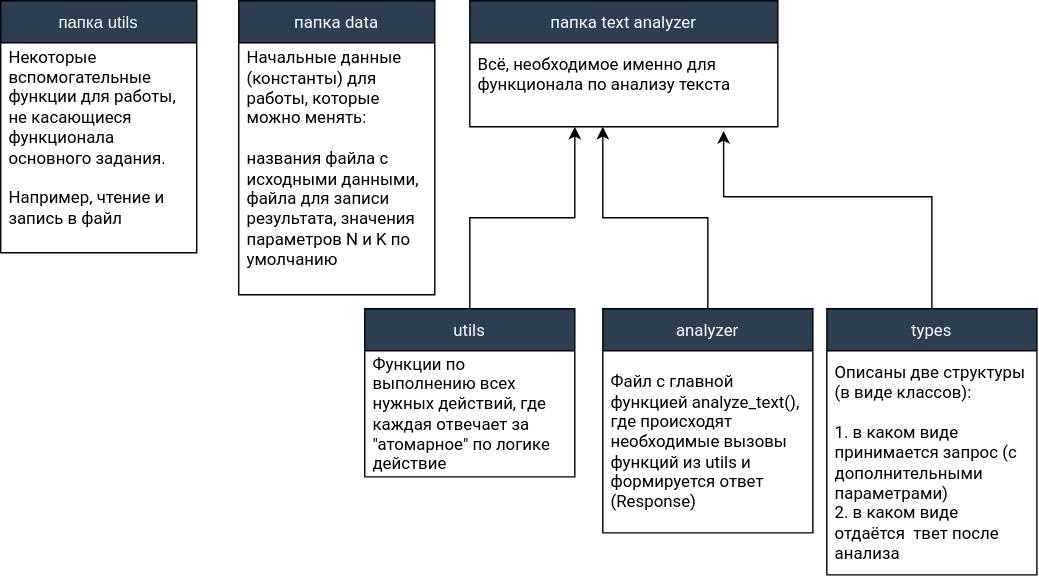
Earlier version of the draw.io export 4 semester/LR1 2022.02.15/structure.svg (user-of-github/BSUIR_Labs_Programming-tools). Source tidied: cells renumbered, new cells last; positions are measured from the earlier drawing's top-left corner, leaving out a move shared by most shapes.
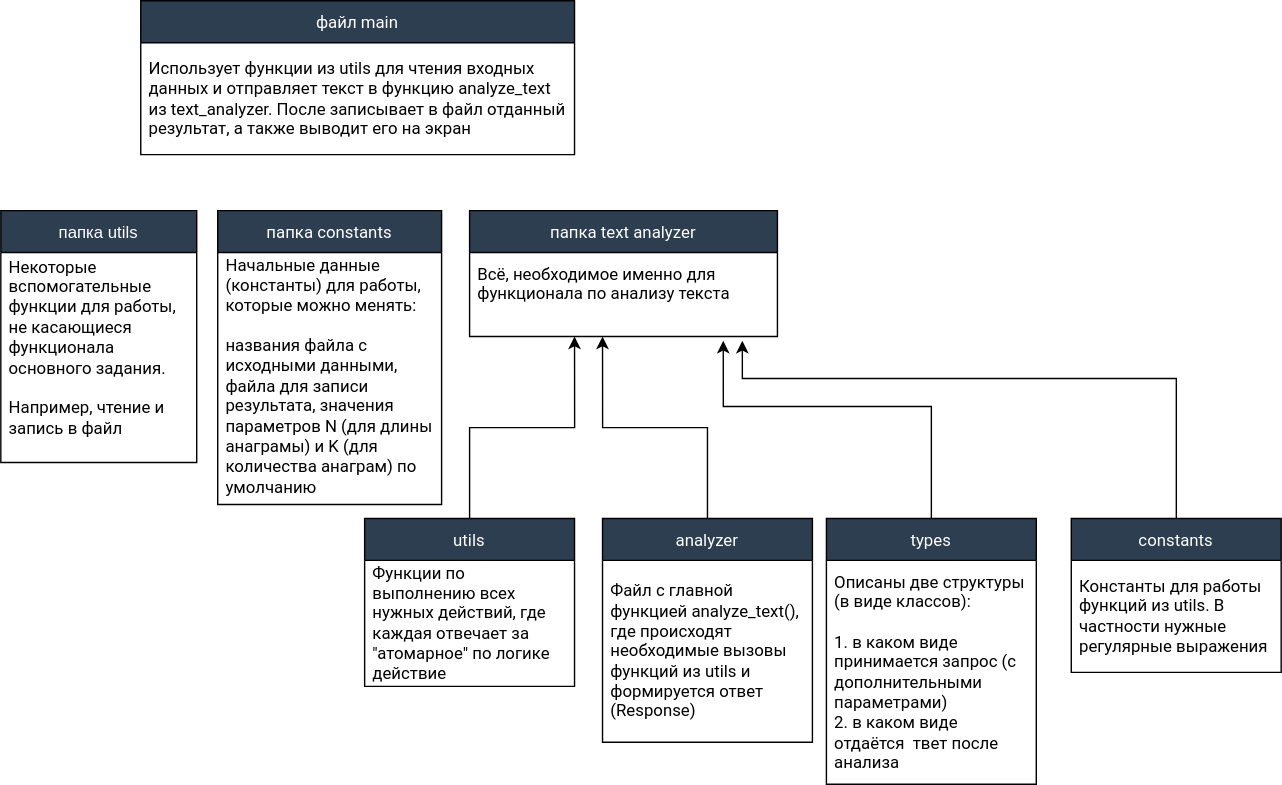
The same file after the commit.

What changed in the source:
```diff
@@ -8,11 +8,11 @@
     <mxCell id="3" value="Некоторые вспомогательные функции для работы, не касающиеся функционала основного задания.&#10;&#10; Например, чтение и запись в файл&#10;" style="text;strokeColor=none;fillColor=none;align=left;verticalAlign=middle;spacingLeft=4;spacingRight=4;overflow=hidden;whiteSpace=wrap;fontFamily=Roboto;" parent="2" vertex="1">
       <mxGeometry y="30" width="140" height="150" as="geometry" />
     </mxCell>
-    <mxCell id="4" value="папка data" style="swimlane;fontStyle=0;horizontal=1;startSize=30;fillColor=#2C3E50;fontColor=#FFFFFF;fontFamily=Roboto;" parent="1" vertex="1">
-      <mxGeometry x="170" width="140" height="210" as="geometry" />
+    <mxCell id="4" value="папка constants" style="swimlane;fontStyle=0;horizontal=1;startSize=30;fillColor=#2C3E50;fontColor=#FFFFFF;fontFamily=Roboto;" parent="1" vertex="1">
+      <mxGeometry x="155" width="160" height="210" as="geometry" />
     </mxCell>
-    <mxCell id="5" value="Начальные данные (константы) для работы, которые можно менять:&#10;&#10;названия файла с исходными данными, файла для записи результата, значения параметров N и K по умолчанию&#10;" style="text;strokeColor=none;fillColor=none;align=left;verticalAlign=middle;spacingLeft=4;spacingRight=4;overflow=hidden;whiteSpace=wrap;fontFamily=Roboto;" parent="4" vertex="1">
-      <mxGeometry y="30" width="140" height="180" as="geometry" />
+    <mxCell id="5" value="Начальные данные (константы) для работы, которые можно менять:&#10;&#10;названия файла с исходными данными, файла для записи результата, значения параметров N (для длины анаграмы) и K (для количества анаграм) по умолчанию&#10;" style="text;strokeColor=none;fillColor=none;align=left;verticalAlign=middle;spacingLeft=4;spacingRight=4;overflow=hidden;whiteSpace=wrap;fontFamily=Roboto;" parent="4" vertex="1">
+      <mxGeometry y="30" width="160" height="180" as="geometry" />
     </mxCell>
     <mxCell id="6" value="папка text analyzer" style="swimlane;fontStyle=0;horizontal=1;startSize=30;fillColor=#2C3E50;fontColor=#FFFFFF;fontFamily=Roboto;" parent="1" vertex="1">
       <mxGeometry x="335" width="220" height="90" as="geometry" />
@@ -56,5 +56,25 @@
     <mxCell id="16" value="Описаны две структуры (в виде классов):&#10;&#10; 1. в каком виде принимается запрос (с дополнительными параметрами) &#10;2. в каком виде отдаётся  твет после анализа" style="text;strokeColor=none;fillColor=none;align=left;verticalAlign=middle;spacingLeft=4;spacingRight=4;overflow=hidden;whiteSpace=wrap;fontFamily=Roboto;" parent="15" vertex="1">
       <mxGeometry y="30" width="150" height="160" as="geometry" />
     </mxCell>
+    <mxCell id="17" style="edgeStyle=orthogonalEdgeStyle;rounded=0;jettySize=auto;html=1;entryX=0.886;entryY=1.05;entryDx=0;entryDy=0;entryPerimeter=0;" parent="1" edge="1" source="18" target="7">
+      <mxGeometry relative="1" as="geometry">
+        <Array as="points">
+          <mxPoint x="840" y="120" />
+          <mxPoint x="530" y="120" />
+        </Array>
+      </mxGeometry>
+    </mxCell>
+    <mxCell id="18" value="constants" style="swimlane;fontStyle=0;horizontal=1;startSize=30;fillColor=#2C3E50;fontColor=#FFFFFF;fontFamily=Roboto;" parent="1" vertex="1">
+      <mxGeometry x="765" y="220" width="150" height="110" as="geometry" />
+    </mxCell>
+    <mxCell id="19" value="Константы для работы функций из utils. В частности нужные регулярные выражения" style="text;strokeColor=none;fillColor=none;align=left;verticalAlign=middle;spacingLeft=4;spacingRight=4;overflow=hidden;whiteSpace=wrap;fontFamily=Roboto;" parent="18" vertex="1">
+      <mxGeometry y="30" width="150" height="80" as="geometry" />
+    </mxCell>
+    <mxCell id="20" value="файл main" style="swimlane;fontStyle=0;horizontal=1;startSize=30;fillColor=#2C3E50;fontColor=#FFFFFF;fontFamily=Roboto;" parent="1" vertex="1">
+      <mxGeometry x="100" y="-150" width="310" height="110" as="geometry" />
+    </mxCell>
+    <mxCell id="21" value="Использует функции из utils для чтения входных данных и отправляет текст в функцию analyze_text из text_analyzer. После записывает в файл отданный результат, а также выводит его на экран" style="text;strokeColor=none;fillColor=none;align=left;verticalAlign=middle;spacingLeft=4;spacingRight=4;overflow=hidden;whiteSpace=wrap;fontFamily=Roboto;" parent="20" vertex="1">
+      <mxGeometry y="30" width="310" height="80" as="geometry" />
+    </mxCell>
   </root>
 </mxGraphModel>
```
